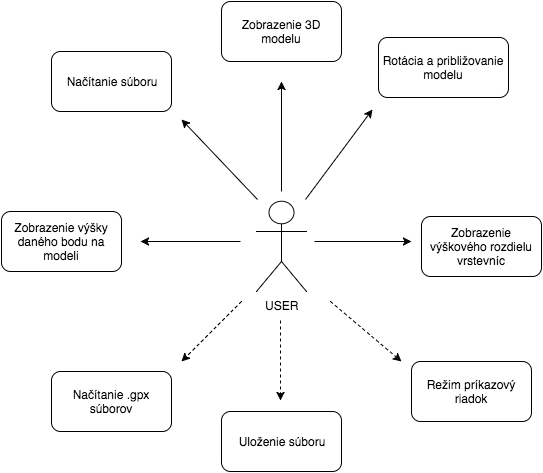
This is Docs/use_case_diagram.png from TIS2016/Vrstevnice, a draw.io export, as it was before one commit. Source tidied: cells renumbered, new cells last; positions are measured from the earlier drawing's top-left corner, leaving out a move shared by most shapes.
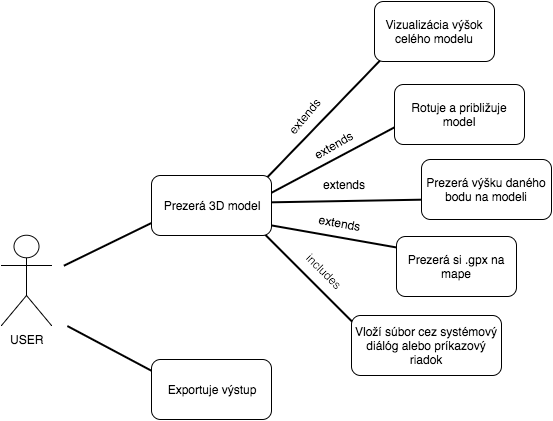
After the change.

Change to the diagram source:
```diff
@@ -2,83 +2,68 @@
   <root>
     <mxCell id="0" />
     <mxCell id="1" parent="0" />
+    <mxCell id="20" style="line;strokeWidth=2;direction=west;html=1;shadow=0;gradientColor=none;rotation=-135;" parent="1" vertex="1">
+      <mxGeometry x="215.5" y="236.5" width="149" height="10" as="geometry" />
+    </mxCell>
+    <mxCell id="21" style="line;strokeWidth=2;direction=south;html=1;shadow=0;gradientColor=none;rotation=44;" parent="1" vertex="1">
+      <mxGeometry x="300" y="-9" width="10" height="171" as="geometry" />
+    </mxCell>
+    <mxCell id="22" style="line;strokeWidth=2;direction=south;html=1;rotation=64;" parent="1" vertex="1">
+      <mxGeometry x="85" y="150" width="10" height="106" as="geometry" />
+    </mxCell>
+    <mxCell id="23" style="line;strokeWidth=2;direction=south;html=1;shadow=0;gradientColor=none;rotation=-62;" parent="1" vertex="1">
+      <mxGeometry x="85" y="260" width="10" height="100" as="geometry" />
+    </mxCell>
+    <mxCell id="24" style="line;strokeWidth=2;direction=south;html=1;shadow=0;gradientColor=none;rotation=62;" parent="1" vertex="1">
+      <mxGeometry x="300" y="44" width="10" height="160" as="geometry" />
+    </mxCell>
+    <mxCell id="25" style="line;strokeWidth=2;direction=west;html=1;shadow=0;gradientColor=none;rotation=-170;" parent="1" vertex="1">
+      <mxGeometry x="235.5" y="191.5" width="149" height="10" as="geometry" />
+    </mxCell>
+    <mxCell id="26" style="line;strokeWidth=2;direction=south;html=1;rotation=-91;shadow=0;gradientColor=none;" parent="1" vertex="1">
+      <mxGeometry x="320" y="83" width="10" height="157" as="geometry" />
+    </mxCell>
     <mxCell id="2" value="USER" style="shape=umlActor;verticalLabelPosition=bottom;labelBackgroundColor=#ffffff;verticalAlign=top;html=1;perimeterSpacing=0;" parent="1" vertex="1">
-      <mxGeometry x="255" y="200" width="50" height="90" as="geometry" />
+      <mxGeometry x="-20" y="196" width="50" height="90" as="geometry" />
     </mxCell>
-    <mxCell id="3" style="endArrow=classic;html=1;" parent="1" edge="1">
-      <mxGeometry relative="1" as="geometry">
-        <mxPoint x="280" y="190" as="sourcePoint" />
-        <mxPoint x="280" y="80" as="targetPoint" />
-      </mxGeometry>
-    </mxCell>
-    <mxCell id="4" value="Zobrazenie 3D modelu" style="rounded=1;whiteSpace=wrap;html=1;" parent="1" vertex="1">
-      <mxGeometry x="220" width="120" height="60" as="geometry" />
+    <mxCell id="4" value="Prezerá 3D model" style="rounded=1;whiteSpace=wrap;html=1;" parent="1" vertex="1">
+      <mxGeometry x="130" y="136" width="120" height="60" as="geometry" />
     </mxCell>
-    <mxCell id="5" style="endArrow=classic;html=1;" parent="1" edge="1">
-      <mxGeometry x="376" y="168" as="geometry">
-        <mxPoint x="256" y="198" as="sourcePoint" />
-        <mxPoint x="180" y="118" as="targetPoint" />
-      </mxGeometry>
-    </mxCell>
-    <mxCell id="6" value="Načítanie súboru" style="rounded=1;whiteSpace=wrap;html=1;" parent="1" vertex="1">
-      <mxGeometry x="50" y="50" width="120" height="60" as="geometry" />
-    </mxCell>
-    <mxCell id="7" style="endArrow=classic;html=1;" parent="1" edge="1">
-      <mxGeometry x="424" y="168" as="geometry">
-        <mxPoint x="304" y="198" as="sourcePoint" />
-        <mxPoint x="371" y="108" as="targetPoint" />
-      </mxGeometry>
-    </mxCell>
-    <mxCell id="8" value="Rotácia a približovanie modelu" style="rounded=1;whiteSpace=wrap;html=1;" parent="1" vertex="1">
-      <mxGeometry x="377" y="36" width="130" height="60" as="geometry" />
+    <mxCell id="8" value="Rotuje a približuje model" style="rounded=1;whiteSpace=wrap;html=1;" parent="1" vertex="1">
+      <mxGeometry x="373" y="45" width="130" height="60" as="geometry" />
     </mxCell>
-    <mxCell id="9" style="endArrow=classic;html=1;dashed=1;" parent="1" edge="1">
-      <mxGeometry relative="1" as="geometry">
-        <mxPoint x="240" y="300" as="sourcePoint" />
-        <mxPoint x="180" y="360" as="targetPoint" />
-      </mxGeometry>
-    </mxCell>
-    <mxCell id="10" value="Načítanie .gpx súborov" style="rounded=1;whiteSpace=wrap;html=1;" parent="1" vertex="1">
-      <mxGeometry x="50" y="370" width="120" height="60" as="geometry" />
+    <mxCell id="10" value="&lt;span&gt;Prezerá si .gpx na mape&lt;/span&gt;" style="rounded=1;whiteSpace=wrap;html=1;" parent="1" vertex="1">
+      <mxGeometry x="375" y="197" width="120" height="60" as="geometry" />
     </mxCell>
-    <mxCell id="11" style="endArrow=classic;html=1;dashed=1;" parent="1" edge="1">
-      <mxGeometry x="399" y="419" as="geometry">
-        <mxPoint x="279" y="319" as="sourcePoint" />
-        <mxPoint x="279" y="399" as="targetPoint" />
-      </mxGeometry>
-    </mxCell>
-    <mxCell id="12" value="Uloženie súboru" style="rounded=1;whiteSpace=wrap;html=1;" parent="1" vertex="1">
-      <mxGeometry x="220" y="410" width="120" height="60" as="geometry" />
+    <mxCell id="12" value="Exportuje výstup" style="rounded=1;whiteSpace=wrap;html=1;" parent="1" vertex="1">
+      <mxGeometry x="130" y="320" width="120" height="60" as="geometry" />
     </mxCell>
-    <mxCell id="13" style="endArrow=classic;html=1;dashed=1;" parent="1" edge="1">
-      <mxGeometry x="449" y="400" as="geometry">
-        <mxPoint x="329" y="300" as="sourcePoint" />
-        <mxPoint x="400" y="360" as="targetPoint" />
-      </mxGeometry>
-    </mxCell>
     <mxCell id="14" style="edgeStyle=orthogonalEdgeStyle;rounded=0;html=1;exitX=0.5;exitY=0.5;exitPerimeter=0;entryX=0.5;entryY=0.5;entryPerimeter=0;dashed=1;jettySize=auto;orthogonalLoop=1;" parent="1" edge="1" source="2" target="2">
       <mxGeometry relative="1" as="geometry" />
     </mxCell>
-    <mxCell id="15" value="Režim príkazový riadok" style="rounded=1;whiteSpace=wrap;html=1;" parent="1" vertex="1">
-      <mxGeometry x="410" y="360" width="120" height="60" as="geometry" />
-    </mxCell>
-    <mxCell id="16" value="Zobrazenie výškového rozdielu vrstevníc" style="rounded=1;whiteSpace=wrap;html=1;" parent="1" vertex="1">
-      <mxGeometry x="420" y="215" width="120" height="60" as="geometry" />
+    <mxCell id="16" value="&lt;span&gt;Vizualizácia výšok celého modelu&lt;/span&gt;" style="rounded=1;whiteSpace=wrap;html=1;" parent="1" vertex="1">
+      <mxGeometry x="353" y="-38" width="120" height="60" as="geometry" />
     </mxCell>
-    <mxCell id="17" style="endArrow=classic;html=1;" parent="1" edge="1">
-      <mxGeometry x="433" y="210" as="geometry">
-        <mxPoint x="313" y="240" as="sourcePoint" />
-        <mxPoint x="410" y="240" as="targetPoint" />
-      </mxGeometry>
-    </mxCell>
-    <mxCell id="18" style="endArrow=classic;html=1;" parent="1" edge="1">
-      <mxGeometry x="359" y="210" as="geometry">
-        <mxPoint x="239" y="240" as="sourcePoint" />
-        <mxPoint x="139" y="240" as="targetPoint" />
-      </mxGeometry>
-    </mxCell>
-    <mxCell id="19" value="Zobrazenie výšky daného bodu na modeli" style="rounded=1;whiteSpace=wrap;html=1;" parent="1" vertex="1">
-      <mxGeometry y="210" width="120" height="60" as="geometry" />
+    <mxCell id="19" value="Prezerá výšku daného bodu na modeli" style="rounded=1;whiteSpace=wrap;html=1;" parent="1" vertex="1">
+      <mxGeometry x="400" y="120" width="130" height="60" as="geometry" />
     </mxCell>
+    <mxCell id="27" value="extends" style="text;html=1;align=left;verticalAlign=top;spacingTop=-4;direction=west;rotation=0;" parent="1" vertex="1">
+      <mxGeometry x="300" y="136" width="60" height="20" as="geometry" />
+    </mxCell>
+    <mxCell id="28" value="extends" style="text;html=1;align=left;verticalAlign=top;spacingTop=-4;rotation=10;" parent="1" vertex="1">
+      <mxGeometry x="295" y="176" width="60" height="20" as="geometry" />
+    </mxCell>
+    <mxCell id="29" value="extends" style="text;html=1;align=left;verticalAlign=top;spacingTop=-4;direction=west;rotation=-50;" parent="1" vertex="1">
+      <mxGeometry x="258" y="62" width="60" height="20" as="geometry" />
+    </mxCell>
+    <mxCell id="30" value="&lt;span&gt;Vloží súbor cez systémový diálóg alebo príkazový riadok&lt;/span&gt;" style="rounded=1;whiteSpace=wrap;html=1;" parent="1" vertex="1">
+      <mxGeometry x="330" y="276" width="150" height="60" as="geometry" />
+    </mxCell>
+    <mxCell id="31" value="includes" style="text;html=1;align=left;verticalAlign=top;spacingTop=-4;direction=west;rotation=45;" parent="1" vertex="1">
+      <mxGeometry x="277" y="227" width="60" height="20" as="geometry" />
+    </mxCell>
+    <mxCell id="32" value="extends" style="text;html=1;align=left;verticalAlign=top;spacingTop=-4;direction=west;rotation=-30;" parent="1" vertex="1">
+      <mxGeometry x="289" y="93" width="60" height="20" as="geometry" />
+    </mxCell>
   </root>
 </mxGraphModel>
```
